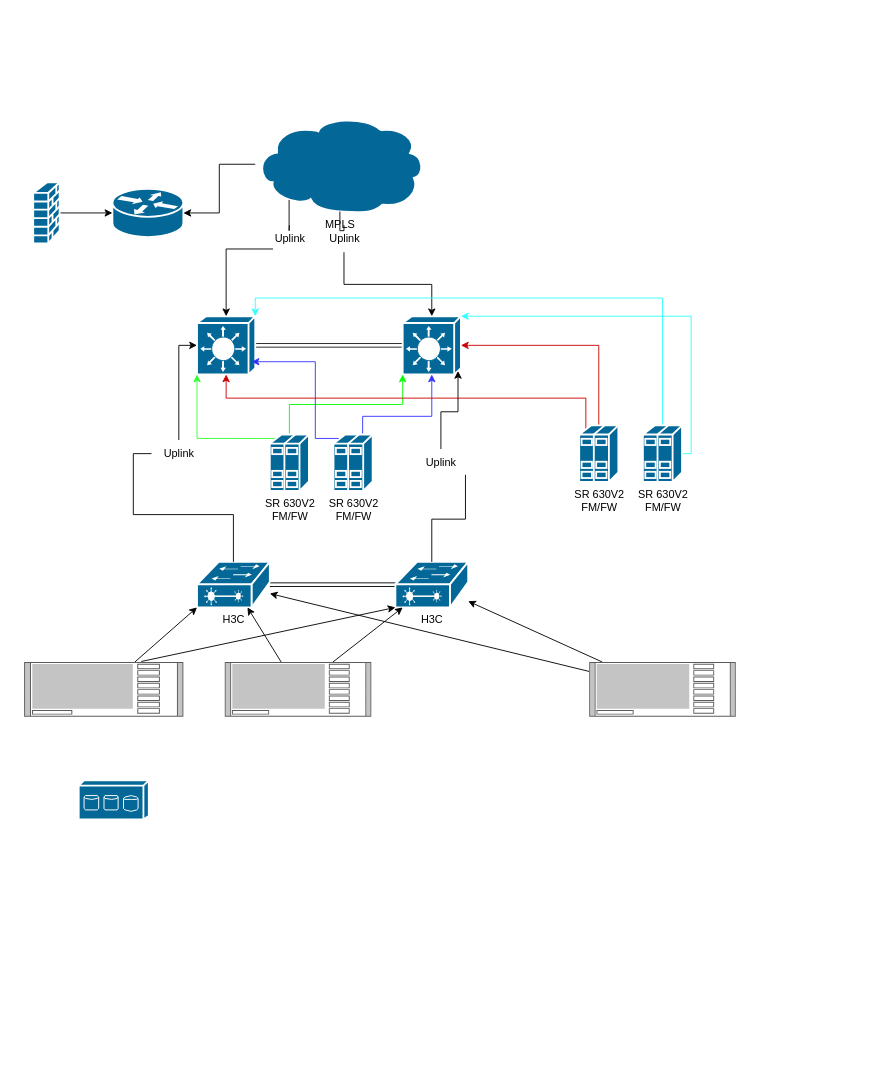
nhuseynov/python keeps this draw.io diagram as Untitled Diagram.drawio. Above is the earlier version. Source tidied: cells renumbered, new cells numbered last; positions are measured from the earlier drawing's top-left corner, leaving out a move shared by most shapes. Both pictures are drawn from the tidied source at 91%, with x=0, y=0 at pixel (24, 116).
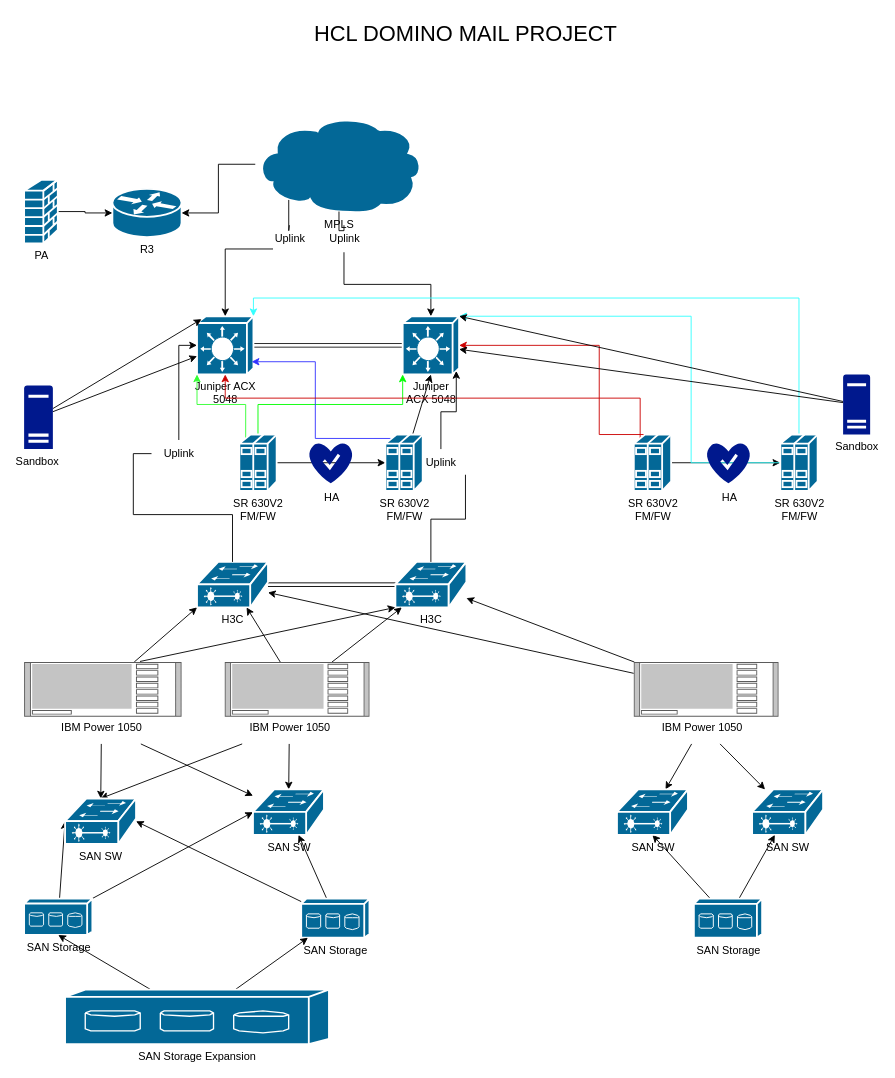
The same diagram, later.

Diff of the diagram source:
```diff
@@
-    <mxCell id="3" style="shape=mxgraph.cisco.switches.layer_3_switch;sketch=0;html=1;dashed=0;fillColor=#036897;strokeColor=#ffffff;strokeWidth=2;verticalLabelPosition=bottom;verticalAlign=top;align=center;outlineConnect=0;" parent="1" vertex="1">
-      <mxGeometry x="190" y="220" width="64" height="64" as="geometry" />
+    <mxCell id="3" value="Juniper ACX &lt;br&gt;5048&lt;br&gt;" style="shape=mxgraph.cisco.switches.layer_3_switch;sketch=0;html=1;dashed=0;fillColor=#036897;strokeColor=#ffffff;strokeWidth=2;verticalLabelPosition=bottom;verticalAlign=top;align=center;outlineConnect=0;" parent="1" vertex="1">
+      <mxGeometry x="190" y="220" width="62" height="64" as="geometry" />
     </mxCell>
-    <mxCell id="4" style="shape=mxgraph.cisco.switches.layer_3_switch;sketch=0;html=1;dashed=0;fillColor=#036897;strokeColor=#ffffff;strokeWidth=2;verticalLabelPosition=bottom;verticalAlign=top;align=center;outlineConnect=0;" parent="1" vertex="1">
-      <mxGeometry x="416" y="220" width="64" height="64" as="geometry" />
+    <mxCell id="4" value="Juniper&lt;br&gt;ACX 5048" style="shape=mxgraph.cisco.switches.layer_3_switch;sketch=0;html=1;dashed=0;fillColor=#036897;strokeColor=#ffffff;strokeWidth=2;verticalLabelPosition=bottom;verticalAlign=top;align=center;outlineConnect=0;" parent="1" vertex="1">
+      <mxGeometry x="416" y="220" width="62" height="64" as="geometry" />
     </mxCell>
-    <mxCell id="5" style="shape=mxgraph.cisco.routers.router;sketch=0;html=1;dashed=0;fillColor=#036897;strokeColor=#ffffff;strokeWidth=2;verticalLabelPosition=bottom;verticalAlign=top;align=center;outlineConnect=0;" parent="1" vertex="1">
-      <mxGeometry x="97" y="80" width="78" height="53" as="geometry" />
+    <mxCell id="5" value="R3" style="shape=mxgraph.cisco.routers.router;sketch=0;html=1;dashed=0;fillColor=#036897;strokeColor=#ffffff;strokeWidth=2;verticalLabelPosition=bottom;verticalAlign=top;align=center;outlineConnect=0;" parent="1" vertex="1">
+      <mxGeometry x="97" y="80" width="76" height="53" as="geometry" />
     </mxCell>
@@
     <mxCell id="9" value="MPLS" style="shape=mxgraph.cisco.storage.cloud;sketch=0;html=1;dashed=0;fillColor=#036897;strokeColor=#ffffff;strokeWidth=2;verticalLabelPosition=bottom;verticalAlign=top;align=center;outlineConnect=0;" parent="1" vertex="1">
-      <mxGeometry x="254" width="186" height="106" as="geometry" />
+      <mxGeometry x="254" width="184" height="106" as="geometry" />
     </mxCell>
@@
-    <mxCell id="11" style="shape=mxgraph.cisco.security.firewall;sketch=0;html=1;dashed=0;fillColor=#036897;strokeColor=#ffffff;strokeWidth=2;verticalLabelPosition=bottom;verticalAlign=top;align=center;outlineConnect=0;" parent="1" vertex="1">
-      <mxGeometry x="10" y="73" width="29" height="67" as="geometry" />
+    <mxCell id="11" value="PA" style="shape=mxgraph.cisco.security.firewall;sketch=0;html=1;dashed=0;fillColor=#036897;strokeColor=#ffffff;strokeWidth=2;verticalLabelPosition=bottom;verticalAlign=top;align=center;outlineConnect=0;" parent="1" vertex="1">
+      <mxGeometry y="70" width="37" height="70" as="geometry" />
     </mxCell>
@@
+    <mxCell id="47" style="edgeStyle=none;rounded=0;jettySize=auto;html=1;entryX=0;entryY=0.5;entryDx=0;entryDy=0;entryPerimeter=0;fontSize=12;strokeColor=#000000;elbow=vertical;" parent="1" edge="1" source="14" target="17">
+      <mxGeometry relative="1" as="geometry" />
+    </mxCell>
     <mxCell id="14" value="SR 630V2&lt;br&gt;FM/FW" style="shape=mxgraph.cisco.servers.standard_host;sketch=0;html=1;dashed=0;fillColor=#036897;strokeColor=#ffffff;strokeWidth=2;verticalLabelPosition=bottom;verticalAlign=top;align=center;outlineConnect=0;" parent="1" vertex="1">
-      <mxGeometry x="270" y="350" width="43" height="62" as="geometry" />
+      <mxGeometry x="236.5" y="350" width="41" height="62" as="geometry" />
     </mxCell>
@@
-    <mxCell id="16" style="edgeStyle=orthogonalEdgeStyle;rounded=0;jettySize=auto;html=1;exitX=0.5;exitY=0;exitDx=0;exitDy=0;exitPerimeter=0;entryX=0.5;entryY=1;entryDx=0;entryDy=0;entryPerimeter=0;strokeColor=#3333FF;" parent="1" edge="1" source="17" target="4">
-      <mxGeometry relative="1" as="geometry">
-        <Array as="points">
-          <mxPoint x="372" y="330" />
-          <mxPoint x="448" y="330" />
-        </Array>
-      </mxGeometry>
+    <mxCell id="16" style="edgeStyle=none;rounded=0;jettySize=auto;html=1;entryX=0.5;entryY=1;entryDx=0;entryDy=0;entryPerimeter=0;fontSize=24;strokeColor=#000000;elbow=vertical;" parent="1" edge="1" source="17" target="4">
+      <mxGeometry relative="1" as="geometry" />
     </mxCell>
     <mxCell id="17" value="SR 630V2&lt;br&gt;FM/FW" style="shape=mxgraph.cisco.servers.standard_host;sketch=0;html=1;dashed=0;fillColor=#036897;strokeColor=#ffffff;strokeWidth=2;verticalLabelPosition=bottom;verticalAlign=top;align=center;outlineConnect=0;" parent="1" vertex="1">
-      <mxGeometry x="340" y="350" width="43" height="62" as="geometry" />
+      <mxGeometry x="397" y="350" width="41" height="62" as="geometry" />
     </mxCell>
     <mxCell id="18" style="edgeStyle=orthogonalEdgeStyle;rounded=0;jettySize=auto;html=1;exitX=0.17;exitY=0.07;exitDx=0;exitDy=0;exitPerimeter=0;entryX=0.5;entryY=1;entryDx=0;entryDy=0;entryPerimeter=0;strokeColor=#CC0000;" parent="1" edge="1" source="20" target="3">
       <mxGeometry relative="1" as="geometry">
         <Array as="points">
-          <mxPoint x="617" y="310" />
-          <mxPoint x="222" y="310" />
+          <mxPoint x="677" y="310" />
+          <mxPoint x="221" y="310" />
         </Array>
       </mxGeometry>
     </mxCell>
@@
+    <mxCell id="48" style="edgeStyle=none;rounded=0;jettySize=auto;html=1;exitX=1;exitY=0.5;exitDx=0;exitDy=0;exitPerimeter=0;fontSize=12;strokeColor=#000000;elbow=vertical;" parent="1" edge="1" source="20" target="23">
+      <mxGeometry relative="1" as="geometry" />
+    </mxCell>
     <mxCell id="20" value="SR 630V2&lt;br&gt;FM/FW" style="shape=mxgraph.cisco.servers.standard_host;sketch=0;html=1;dashed=0;fillColor=#036897;strokeColor=#ffffff;strokeWidth=2;verticalLabelPosition=bottom;verticalAlign=top;align=center;outlineConnect=0;" parent="1" vertex="1">
-      <mxGeometry x="610" y="340" width="43" height="62" as="geometry" />
+      <mxGeometry x="670" y="350" width="41" height="62" as="geometry" />
     </mxCell>
@@
     <mxCell id="23" value="SR 630V2&lt;br&gt;FM/FW" style="shape=mxgraph.cisco.servers.standard_host;sketch=0;html=1;dashed=0;fillColor=#036897;strokeColor=#ffffff;strokeWidth=2;verticalLabelPosition=bottom;verticalAlign=top;align=center;outlineConnect=0;" parent="1" vertex="1">
-      <mxGeometry x="680" y="340" width="43" height="62" as="geometry" />
+      <mxGeometry x="831" y="350" width="41" height="62" as="geometry" />
     </mxCell>
@@
     <mxCell id="26" value="H3C" style="shape=mxgraph.cisco.switches.layer_2_remote_switch;sketch=0;html=1;dashed=0;fillColor=#036897;strokeColor=#ffffff;strokeWidth=2;verticalLabelPosition=bottom;verticalAlign=top;align=center;outlineConnect=0;" parent="1" vertex="1">
-      <mxGeometry x="190" y="490" width="80" height="50" as="geometry" />
+      <mxGeometry x="190" y="490" width="78" height="50" as="geometry" />
     </mxCell>
@@
     <mxCell id="28" value="H3C" style="shape=mxgraph.cisco.switches.layer_2_remote_switch;sketch=0;html=1;dashed=0;fillColor=#036897;strokeColor=#ffffff;strokeWidth=2;verticalLabelPosition=bottom;verticalAlign=top;align=center;outlineConnect=0;" parent="1" vertex="1">
-      <mxGeometry x="408" y="490" width="80" height="50" as="geometry" />
+      <mxGeometry x="408" y="490" width="78" height="50" as="geometry" />
     </mxCell>
@@
     <mxCell id="38" style="shape=mxgraph.rack.ibm.ibm_x3950_x5;html=1;labelPosition=right;align=left;spacingLeft=15;dashed=0;shadow=0;fillColor=#ffffff;" parent="1" vertex="1">
-      <mxGeometry y="600" width="175" height="60" as="geometry" />
+      <mxGeometry y="600" width="173" height="60" as="geometry" />
     </mxCell>
@@
     <mxCell id="41" style="shape=mxgraph.rack.ibm.ibm_x3950_x5;html=1;labelPosition=right;align=left;spacingLeft=15;dashed=0;shadow=0;fillColor=#ffffff;" parent="1" vertex="1">
-      <mxGeometry x="220.5" y="600" width="161" height="60" as="geometry" />
+      <mxGeometry x="220.5" y="600" width="159" height="60" as="geometry" />
     </mxCell>
@@
     <mxCell id="44" style="shape=mxgraph.rack.ibm.ibm_x3950_x5;html=1;labelPosition=right;align=left;spacingLeft=15;dashed=0;shadow=0;fillColor=#ffffff;" parent="1" vertex="1">
-      <mxGeometry x="621" y="600" width="161" height="60" as="geometry" />
+      <mxGeometry x="670" y="600" width="159" height="60" as="geometry" />
     </mxCell>
@@
+    <mxCell id="49" style="edgeStyle=none;rounded=0;jettySize=auto;html=1;entryX=0;entryY=0.5;entryDx=0;entryDy=0;entryPerimeter=0;fontSize=12;strokeColor=#000000;elbow=vertical;" parent="1" edge="1" source="46" target="61">
+      <mxGeometry relative="1" as="geometry" />
+    </mxCell>
+    <mxCell id="50" style="edgeStyle=none;rounded=0;jettySize=auto;html=1;entryX=0;entryY=0.5;entryDx=0;entryDy=0;entryPerimeter=0;fontSize=12;strokeColor=#000000;elbow=vertical;" parent="1" edge="1" source="46" target="62">
+      <mxGeometry relative="1" as="geometry" />
+    </mxCell>
-    <mxCell id="46" style="shape=mxgraph.cisco.storage.fc_storage;sketch=0;html=1;dashed=0;fillColor=#036897;strokeColor=#ffffff;strokeWidth=2;verticalLabelPosition=bottom;verticalAlign=top;align=center;outlineConnect=0;" parent="1" vertex="1">
-      <mxGeometry x="60" y="730" width="77" height="43" as="geometry" />
+    <mxCell id="46" value="SAN Storage" style="shape=mxgraph.cisco.storage.fc_storage;sketch=0;html=1;dashed=0;fillColor=#036897;strokeColor=#ffffff;strokeWidth=2;verticalLabelPosition=bottom;verticalAlign=top;align=center;outlineConnect=0;" parent="1" vertex="1">
+      <mxGeometry y="860" width="75" height="40" as="geometry" />
     </mxCell>
+    <mxCell id="51" value="&lt;font style=&quot;font-size: 24px;&quot;&gt;HCL DOMINO MAIL PROJECT&lt;/font&gt;" style="text;html=1;align=center;verticalAlign=middle;fillColor=none;strokeColor=none;rounded=0;" parent="1" vertex="1">
+      <mxGeometry x="304.5" y="-110" width="360" height="40" as="geometry" />
+    </mxCell>
+    <mxCell id="52" style="edgeStyle=none;rounded=0;jettySize=auto;html=1;fontSize=12;strokeColor=#000000;elbow=vertical;" parent="1" edge="1" source="54" target="61">
+      <mxGeometry relative="1" as="geometry" />
+    </mxCell>
+    <mxCell id="53" style="edgeStyle=none;rounded=0;jettySize=auto;html=1;fontSize=12;strokeColor=#000000;elbow=vertical;" parent="1" edge="1" source="54" target="62">
+      <mxGeometry relative="1" as="geometry" />
+    </mxCell>
+    <mxCell id="54" value="&lt;font style=&quot;font-size: 12px;&quot;&gt;IBM Power 1050&lt;/font&gt;" style="text;html=1;align=center;verticalAlign=middle;points=[];strokeColor=none;fillColor=none;fontSize=18;" parent="1" vertex="1">
+      <mxGeometry x="30" y="650" width="110" height="40" as="geometry" />
+    </mxCell>
+    <mxCell id="55" style="edgeStyle=none;rounded=0;jettySize=auto;html=1;entryX=0.5;entryY=0;entryDx=0;entryDy=0;entryPerimeter=0;fontSize=12;strokeColor=#000000;elbow=vertical;" parent="1" edge="1" source="57" target="61">
+      <mxGeometry relative="1" as="geometry" />
+    </mxCell>
+    <mxCell id="56" style="edgeStyle=none;rounded=0;jettySize=auto;html=1;fontSize=12;strokeColor=#000000;elbow=vertical;" parent="1" edge="1" source="57" target="62">
+      <mxGeometry relative="1" as="geometry" />
+    </mxCell>
+    <mxCell id="57" value="&lt;font style=&quot;font-size: 12px;&quot;&gt;IBM Power 1050&lt;/font&gt;" style="text;html=1;align=center;verticalAlign=middle;points=[];strokeColor=none;fillColor=none;fontSize=18;" parent="1" vertex="1">
+      <mxGeometry x="236.5" y="650" width="110" height="40" as="geometry" />
+    </mxCell>
+    <mxCell id="58" style="edgeStyle=none;rounded=0;jettySize=auto;html=1;fontSize=12;strokeColor=#000000;elbow=vertical;" parent="1" edge="1" source="60" target="70">
+      <mxGeometry relative="1" as="geometry" />
+    </mxCell>
+    <mxCell id="59" style="edgeStyle=none;rounded=0;jettySize=auto;html=1;fontSize=12;strokeColor=#000000;elbow=vertical;" parent="1" edge="1" source="60" target="63">
+      <mxGeometry relative="1" as="geometry" />
+    </mxCell>
+    <mxCell id="60" value="&lt;font style=&quot;font-size: 12px;&quot;&gt;IBM Power 1050&lt;/font&gt;" style="text;html=1;align=center;verticalAlign=middle;points=[];strokeColor=none;fillColor=none;fontSize=18;" parent="1" vertex="1">
+      <mxGeometry x="690" y="650" width="110" height="40" as="geometry" />
+    </mxCell>
+    <mxCell id="61" value="SAN SW" style="shape=mxgraph.cisco.switches.layer_2_remote_switch;sketch=0;html=1;dashed=0;fillColor=#036897;strokeColor=#ffffff;strokeWidth=2;verticalLabelPosition=bottom;verticalAlign=top;align=center;outlineConnect=0;" parent="1" vertex="1">
+      <mxGeometry x="45" y="750" width="78" height="50" as="geometry" />
+    </mxCell>
+    <mxCell id="62" value="SAN SW" style="shape=mxgraph.cisco.switches.layer_2_remote_switch;sketch=0;html=1;dashed=0;fillColor=#036897;strokeColor=#ffffff;strokeWidth=2;verticalLabelPosition=bottom;verticalAlign=top;align=center;outlineConnect=0;" parent="1" vertex="1">
+      <mxGeometry x="251.5" y="740" width="78" height="50" as="geometry" />
+    </mxCell>
+    <mxCell id="63" value="SAN SW" style="shape=mxgraph.cisco.switches.layer_2_remote_switch;sketch=0;html=1;dashed=0;fillColor=#036897;strokeColor=#ffffff;strokeWidth=2;verticalLabelPosition=bottom;verticalAlign=top;align=center;outlineConnect=0;" parent="1" vertex="1">
+      <mxGeometry x="800" y="740" width="78" height="50" as="geometry" />
+    </mxCell>
+    <mxCell id="64" style="edgeStyle=none;rounded=0;jettySize=auto;html=1;entryX=1;entryY=0.5;entryDx=0;entryDy=0;entryPerimeter=0;fontSize=12;strokeColor=#000000;elbow=vertical;" parent="1" edge="1" source="66" target="61">
+      <mxGeometry relative="1" as="geometry" />
+    </mxCell>
+    <mxCell id="65" style="edgeStyle=none;rounded=0;jettySize=auto;html=1;fontSize=12;strokeColor=#000000;elbow=vertical;" parent="1" edge="1" source="66" target="62">
+      <mxGeometry relative="1" as="geometry" />
+    </mxCell>
+    <mxCell id="66" value="SAN Storage" style="shape=mxgraph.cisco.storage.fc_storage;sketch=0;html=1;dashed=0;fillColor=#036897;strokeColor=#ffffff;strokeWidth=2;verticalLabelPosition=bottom;verticalAlign=top;align=center;outlineConnect=0;" parent="1" vertex="1">
+      <mxGeometry x="304.5" y="860" width="75" height="43" as="geometry" />
+    </mxCell>
+    <mxCell id="67" style="edgeStyle=none;rounded=0;jettySize=auto;html=1;entryX=0.5;entryY=1;entryDx=0;entryDy=0;entryPerimeter=0;fontSize=12;strokeColor=#000000;elbow=vertical;" parent="1" edge="1" source="69" target="70">
+      <mxGeometry relative="1" as="geometry" />
+    </mxCell>
+    <mxCell id="68" style="edgeStyle=none;rounded=0;jettySize=auto;html=1;fontSize=12;strokeColor=#000000;elbow=vertical;" parent="1" edge="1" source="69" target="63">
+      <mxGeometry relative="1" as="geometry" />
+    </mxCell>
+    <mxCell id="69" value="SAN Storage" style="shape=mxgraph.cisco.storage.fc_storage;sketch=0;html=1;dashed=0;fillColor=#036897;strokeColor=#ffffff;strokeWidth=2;verticalLabelPosition=bottom;verticalAlign=top;align=center;outlineConnect=0;" parent="1" vertex="1">
+      <mxGeometry x="736" y="860" width="75" height="43" as="geometry" />
+    </mxCell>
+    <mxCell id="70" value="SAN SW" style="shape=mxgraph.cisco.switches.layer_2_remote_switch;sketch=0;html=1;dashed=0;fillColor=#036897;strokeColor=#ffffff;strokeWidth=2;verticalLabelPosition=bottom;verticalAlign=top;align=center;outlineConnect=0;" parent="1" vertex="1">
+      <mxGeometry x="651.5" y="740" width="78" height="50" as="geometry" />
+    </mxCell>
+    <mxCell id="71" style="sketch=0;shadow=0;dashed=0;html=1;strokeColor=none;labelPosition=center;verticalLabelPosition=bottom;verticalAlign=top;align=center;fillColor=#00188D;shape=mxgraph.azure.healthy;fontSize=12;" parent="1" vertex="1">
+      <mxGeometry x="313" y="358.5" width="48" height="45" as="geometry" />
+    </mxCell>
+    <mxCell id="72" value="HA" style="text;html=1;align=center;verticalAlign=middle;fillColor=none;strokeColor=none;rounded=0;" parent="1" vertex="1">
+      <mxGeometry x="318" y="403.5" width="40" height="30" as="geometry" />
+    </mxCell>
+    <mxCell id="73" style="sketch=0;shadow=0;dashed=0;html=1;strokeColor=none;labelPosition=center;verticalLabelPosition=bottom;verticalAlign=top;align=center;fillColor=#00188D;shape=mxgraph.azure.healthy;fontSize=12;" parent="1" vertex="1">
+      <mxGeometry x="750" y="358.5" width="48" height="45" as="geometry" />
+    </mxCell>
+    <mxCell id="74" value="HA" style="text;html=1;align=center;verticalAlign=middle;fillColor=none;strokeColor=none;rounded=0;" parent="1" vertex="1">
+      <mxGeometry x="755" y="403.5" width="40" height="30" as="geometry" />
+    </mxCell>
+    <mxCell id="75" style="edgeStyle=none;rounded=0;jettySize=auto;html=1;fontSize=12;strokeColor=#000000;elbow=vertical;" parent="1" edge="1" source="77" target="3">
+      <mxGeometry relative="1" as="geometry" />
+    </mxCell>
+    <mxCell id="76" style="edgeStyle=none;rounded=0;jettySize=auto;html=1;entryX=0.08;entryY=0.05;entryDx=0;entryDy=0;entryPerimeter=0;fontSize=12;strokeColor=#000000;elbow=vertical;" parent="1" edge="1" source="77" target="3">
+      <mxGeometry relative="1" as="geometry" />
+    </mxCell>
+    <mxCell id="77" value="Sandbox&amp;nbsp;" style="sketch=0;shadow=0;dashed=0;html=1;strokeColor=none;labelPosition=center;verticalLabelPosition=bottom;verticalAlign=top;align=center;fillColor=#00188D;shape=mxgraph.mscae.enterprise.server_generic;fontSize=12;" parent="1" vertex="1">
+      <mxGeometry y="296" width="31.6" height="70" as="geometry" />
+    </mxCell>
+    <mxCell id="78" style="edgeStyle=none;rounded=0;jettySize=auto;html=1;entryX=1;entryY=0;entryDx=0;entryDy=0;entryPerimeter=0;fontSize=12;strokeColor=#000000;elbow=vertical;" parent="1" edge="1" source="80" target="4">
+      <mxGeometry relative="1" as="geometry" />
+    </mxCell>
+    <mxCell id="79" style="edgeStyle=none;rounded=0;jettySize=auto;html=1;fontSize=12;strokeColor=#000000;elbow=vertical;" parent="1" edge="1" source="80" target="4">
+      <mxGeometry relative="1" as="geometry" />
+    </mxCell>
+    <mxCell id="80" value="Sandbox&lt;br&gt;" style="sketch=0;shadow=0;dashed=0;html=1;strokeColor=none;labelPosition=center;verticalLabelPosition=bottom;verticalAlign=top;align=center;fillColor=#00188D;shape=mxgraph.mscae.enterprise.server_generic;fontSize=12;" parent="1" vertex="1">
+      <mxGeometry x="900" y="284" width="29.7" height="66" as="geometry" />
+    </mxCell>
+    <mxCell id="81" style="edgeStyle=none;rounded=0;jettySize=auto;html=1;entryX=0.5;entryY=1;entryDx=0;entryDy=0;entryPerimeter=0;fontSize=24;strokeColor=#000000;elbow=vertical;" parent="1" edge="1" source="83" target="46">
+      <mxGeometry relative="1" as="geometry" />
+    </mxCell>
+    <mxCell id="82" style="edgeStyle=none;rounded=0;jettySize=auto;html=1;fontSize=24;strokeColor=#000000;elbow=vertical;" parent="1" edge="1" source="83" target="66">
+      <mxGeometry relative="1" as="geometry" />
+    </mxCell>
+    <mxCell id="83" value="SAN Storage Expansion&lt;br&gt;" style="shape=mxgraph.cisco.storage.fc_storage;sketch=0;html=1;dashed=0;fillColor=#036897;strokeColor=#ffffff;strokeWidth=2;verticalLabelPosition=bottom;verticalAlign=top;align=center;outlineConnect=0;" parent="1" vertex="1">
+      <mxGeometry x="45" y="960" width="290" height="60" as="geometry" />
+    </mxCell>
```
